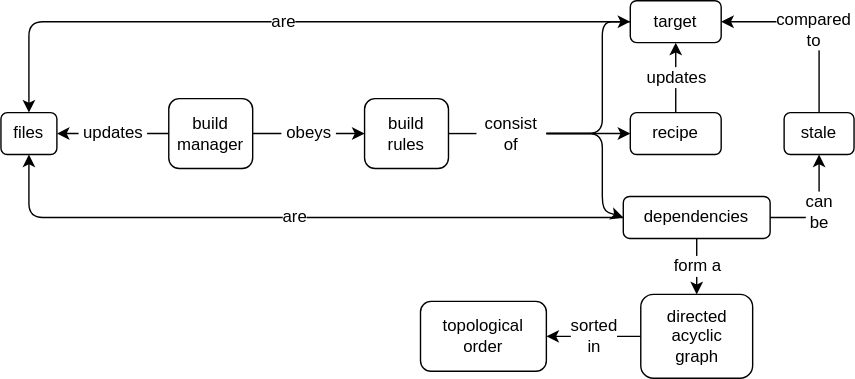
This is sdxpy/build/concept_map.svg from gvwilson/thirdbit, a draw.io export, as it was before one commit. Source tidied: cells renumbered, new cells last; positions are measured from the earlier drawing's top-left corner, leaving out a move shared by most shapes.
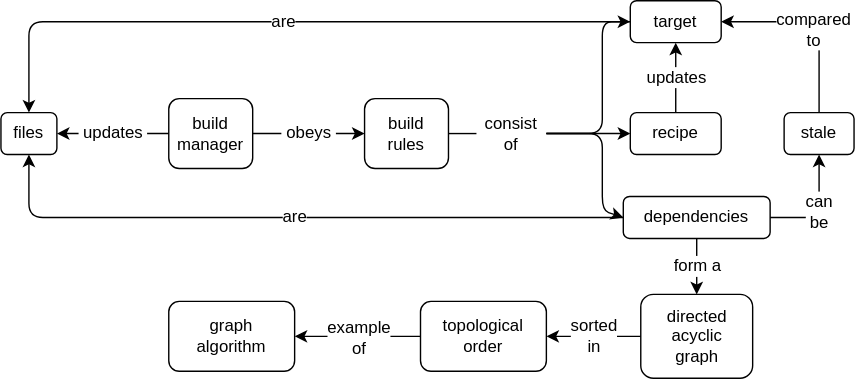
After the change.

Change to the diagram source:
```diff
@@ -102,5 +102,14 @@
         </Array>
       </mxGeometry>
     </mxCell>
+    <mxCell id="26" value="graph&lt;br&gt;algorithm" style="text;html=1;strokeColor=default;fillColor=none;align=center;verticalAlign=middle;whiteSpace=wrap;rounded=1;hachureGap=4;fontFamily=Helvetica;fontSize=12;" parent="1" vertex="1">
+      <mxGeometry x="120" y="215" width="90" height="50" as="geometry" />
+    </mxCell>
+    <mxCell id="27" style="endArrow=classic;html=1;rounded=0;entryX=1;entryY=0.5;entryDx=0;entryDy=0;exitX=0;exitY=0.5;exitDx=0;exitDy=0;" parent="1" edge="1" source="10" target="26">
+      <mxGeometry relative="1" as="geometry" />
+    </mxCell>
+    <mxCell id="28" value="&lt;font style=&quot;font-size: 12px;&quot;&gt;example&lt;br&gt;of&lt;br&gt;&lt;/font&gt;" style="edgeLabel;html=1;align=center;verticalAlign=middle;" parent="27" vertex="1">
+      <mxGeometry relative="1" as="geometry" />
+    </mxCell>
   </root>
 </mxGraphModel>
```
